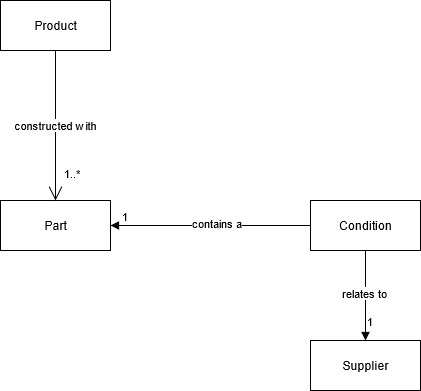
Above: docs/img/headquarter.png in Soockee/VerteilteSysteme-TrinityPrtoject (draw.io), before the change. Source tidied: cells renumbered, new cells last; positions are measured from the earlier drawing's top-left corner, leaving out a move shared by most shapes. Source of this version:
```xml
<mxGraphModel>
  <root>
    <mxCell id="0" />
    <mxCell id="1" parent="0" />
    <mxCell id="2" value="Product" style="html=1;" parent="1" vertex="1">
      <mxGeometry width="110" height="50" as="geometry" />
    </mxCell>
    <mxCell id="3" value="&lt;div&gt;Part&lt;/div&gt;" style="html=1;" parent="1" vertex="1">
      <mxGeometry y="200" width="110" height="50" as="geometry" />
    </mxCell>
    <mxCell id="4" value="constructed with" style="endArrow=open;html=1;endSize=12;startArrow=none;startSize=14;startFill=0;edgeStyle=orthogonalEdgeStyle;exitX=0.5;exitY=1;exitDx=0;exitDy=0;" parent="1" edge="1" source="2">
      <mxGeometry relative="1" as="geometry">
        <mxPoint x="55" y="200" as="targetPoint" />
      </mxGeometry>
    </mxCell>
    <mxCell id="5" value="1..*" style="edgeLabel;html=1;align=right;verticalAlign=top;" parent="4" vertex="1">
      <mxGeometry x="1" relative="1" as="geometry">
        <mxPoint x="25" y="-40" as="offset" />
      </mxGeometry>
    </mxCell>
    <mxCell id="6" value="Condition" style="html=1;" parent="1" vertex="1">
      <mxGeometry x="310" y="200" width="110" height="50" as="geometry" />
    </mxCell>
    <mxCell id="7" value="contains a" style="endArrow=block;endFill=1;html=1;edgeStyle=orthogonalEdgeStyle;align=left;verticalAlign=top;entryX=1;entryY=0.5;entryDx=0;entryDy=0;exitX=0;exitY=0.5;exitDx=0;exitDy=0;" parent="1" edge="1" source="6" target="3">
      <mxGeometry x="0.2" y="-15" relative="1" as="geometry" />
    </mxCell>
    <mxCell id="8" value="1" style="edgeLabel;html=1;align=left;verticalAlign=bottom;" parent="7" vertex="1">
      <mxGeometry x="-1" relative="1" as="geometry">
        <mxPoint x="-190" as="offset" />
      </mxGeometry>
    </mxCell>
    <mxCell id="9" value="Supplier" style="html=1;" parent="1" vertex="1">
      <mxGeometry x="310" y="340" width="110" height="50" as="geometry" />
    </mxCell>
    <mxCell id="10" value="relates to" style="endArrow=block;endFill=1;html=1;edgeStyle=orthogonalEdgeStyle;align=left;verticalAlign=top;entryX=0.5;entryY=0;entryDx=0;entryDy=0;exitX=0.5;exitY=1;exitDx=0;exitDy=0;" parent="1" edge="1" source="6" target="9">
      <mxGeometry x="-0.33" y="-25" relative="1" as="geometry" />
    </mxCell>
    <mxCell id="11" value="1" style="edgeLabel;html=1;align=left;verticalAlign=bottom;" parent="10" vertex="1">
      <mxGeometry x="-1" relative="1" as="geometry">
        <mxPoint y="80" as="offset" />
      </mxGeometry>
    </mxCell>
  </root>
</mxGraphModel>
```
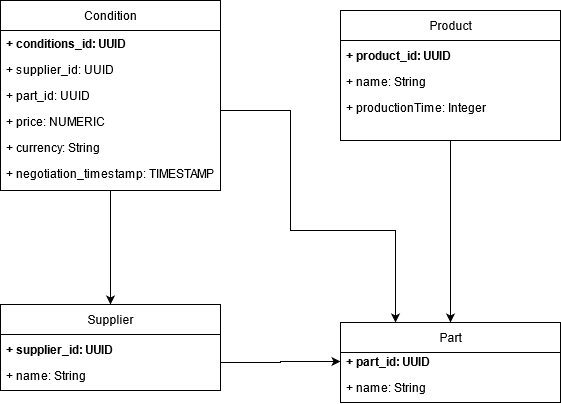
After the commit.

The edit, as a diff of the source:
```diff
@@ -2,43 +2,86 @@
   <root>
     <mxCell id="0" />
     <mxCell id="1" parent="0" />
+    <mxCell id="12" style="edgeStyle=orthogonalEdgeStyle;rounded=0;jettySize=auto;html=1;entryX=0.5;entryY=0;entryDx=0;entryDy=0;" parent="1" edge="1" source="14" target="9">
+      <mxGeometry relative="1" as="geometry" />
+    </mxCell>
+    <mxCell id="13" style="edgeStyle=orthogonalEdgeStyle;rounded=0;jettySize=auto;html=1;entryX=0.25;entryY=0;entryDx=0;entryDy=0;" parent="1" edge="1" source="14" target="3">
+      <mxGeometry relative="1" as="geometry">
+        <Array as="points">
+          <mxPoint x="190" y="290" />
+          <mxPoint x="190" y="410" />
+          <mxPoint x="295" y="410" />
+        </Array>
+      </mxGeometry>
+    </mxCell>
+    <mxCell id="14" style="rounded=0;whiteSpace=wrap;html=1;" parent="1" vertex="1">
+      <mxGeometry x="-100" y="210" width="220" height="160" as="geometry" />
+    </mxCell>
+    <mxCell id="15" value="+ conditions_id: UUID" style="text;strokeColor=none;fillColor=none;align=left;verticalAlign=top;spacingLeft=4;spacingRight=4;overflow=hidden;fontStyle=1;" parent="1" vertex="1">
+      <mxGeometry x="-100" y="210" width="170" height="26" as="geometry" />
+    </mxCell>
+    <mxCell id="6" value="Condition" style="html=1;" parent="1" vertex="1">
+      <mxGeometry x="-100" y="180" width="220" height="30" as="geometry" />
+    </mxCell>
+    <mxCell id="16" value="+ supplier_id: UUID" style="text;strokeColor=none;fillColor=none;align=left;verticalAlign=top;spacingLeft=4;spacingRight=4;overflow=hidden;" parent="1" vertex="1">
+      <mxGeometry x="-100" y="236" width="170" height="26" as="geometry" />
+    </mxCell>
+    <mxCell id="17" value="+ part_id: UUID" style="text;strokeColor=none;fillColor=none;align=left;verticalAlign=top;spacingLeft=4;spacingRight=4;overflow=hidden;" parent="1" vertex="1">
+      <mxGeometry x="-100" y="262" width="170" height="26" as="geometry" />
+    </mxCell>
+    <mxCell id="18" value="+ price: NUMERIC" style="text;strokeColor=none;fillColor=none;align=left;verticalAlign=top;spacingLeft=4;spacingRight=4;overflow=hidden;" parent="1" vertex="1">
+      <mxGeometry x="-100" y="288" width="170" height="26" as="geometry" />
+    </mxCell>
+    <mxCell id="19" value="+ currency: String" style="text;strokeColor=none;fillColor=none;align=left;verticalAlign=top;spacingLeft=4;spacingRight=4;overflow=hidden;" parent="1" vertex="1">
+      <mxGeometry x="-100" y="314" width="170" height="26" as="geometry" />
+    </mxCell>
+    <mxCell id="20" value="+ negotiation_timestamp: TIMESTAMP" style="text;strokeColor=none;fillColor=none;align=left;verticalAlign=top;spacingLeft=4;spacingRight=4;overflow=hidden;" parent="1" vertex="1">
+      <mxGeometry x="-100" y="340" width="220" height="26" as="geometry" />
+    </mxCell>
+    <mxCell id="21" style="edgeStyle=orthogonalEdgeStyle;rounded=0;jettySize=auto;html=1;entryX=0.5;entryY=0;entryDx=0;entryDy=0;" parent="1" edge="1" source="22" target="3">
+      <mxGeometry relative="1" as="geometry" />
+    </mxCell>
+    <mxCell id="22" style="rounded=0;whiteSpace=wrap;html=1;" parent="1" vertex="1">
+      <mxGeometry x="240" y="220" width="220" height="100" as="geometry" />
+    </mxCell>
     <mxCell id="2" value="Product" style="html=1;" parent="1" vertex="1">
-      <mxGeometry width="110" height="50" as="geometry" />
+      <mxGeometry x="240" y="190" width="220" height="30" as="geometry" />
     </mxCell>
+    <mxCell id="23" value="+ product_id: UUID" style="text;strokeColor=none;fillColor=none;align=left;verticalAlign=top;spacingLeft=4;spacingRight=4;overflow=hidden;fontStyle=1;" parent="1" vertex="1">
+      <mxGeometry x="240" y="222" width="170" height="26" as="geometry" />
+    </mxCell>
+    <mxCell id="24" value="+ name: String" style="text;strokeColor=none;fillColor=none;align=left;verticalAlign=top;spacingLeft=4;spacingRight=4;overflow=hidden;" parent="1" vertex="1">
+      <mxGeometry x="240" y="248" width="170" height="26" as="geometry" />
+    </mxCell>
+    <mxCell id="25" value="+ productionTime: Integer" style="text;strokeColor=none;fillColor=none;align=left;verticalAlign=top;spacingLeft=4;spacingRight=4;overflow=hidden;" parent="1" vertex="1">
+      <mxGeometry x="240" y="274" width="170" height="26" as="geometry" />
+    </mxCell>
+    <mxCell id="26" style="rounded=0;whiteSpace=wrap;html=1;" parent="1" vertex="1">
+      <mxGeometry x="240" y="526" width="220" height="56" as="geometry" />
+    </mxCell>
-    <mxCell id="3" value="&lt;div&gt;Part&lt;/div&gt;" style="html=1;" parent="1" vertex="1">
-      <mxGeometry y="200" width="110" height="50" as="geometry" />
+    <mxCell id="3" value="Part" style="html=1;" parent="1" vertex="1">
+      <mxGeometry x="240" y="502" width="220" height="30" as="geometry" />
     </mxCell>
-    <mxCell id="4" value="constructed with" style="endArrow=open;html=1;endSize=12;startArrow=none;startSize=14;startFill=0;edgeStyle=orthogonalEdgeStyle;exitX=0.5;exitY=1;exitDx=0;exitDy=0;" parent="1" edge="1" source="2">
-      <mxGeometry relative="1" as="geometry">
-        <mxPoint x="55" y="200" as="targetPoint" />
-      </mxGeometry>
-    </mxCell>
-    <mxCell id="5" value="1..*" style="edgeLabel;html=1;align=right;verticalAlign=top;" parent="4" vertex="1">
-      <mxGeometry x="1" relative="1" as="geometry">
-        <mxPoint x="25" y="-40" as="offset" />
-      </mxGeometry>
-    </mxCell>
-    <mxCell id="6" value="Condition" style="html=1;" parent="1" vertex="1">
-      <mxGeometry x="310" y="200" width="110" height="50" as="geometry" />
-    </mxCell>
-    <mxCell id="7" value="contains a" style="endArrow=block;endFill=1;html=1;edgeStyle=orthogonalEdgeStyle;align=left;verticalAlign=top;entryX=1;entryY=0.5;entryDx=0;entryDy=0;exitX=0;exitY=0.5;exitDx=0;exitDy=0;" parent="1" edge="1" source="6" target="3">
-      <mxGeometry x="0.2" y="-15" relative="1" as="geometry" />
-    </mxCell>
-    <mxCell id="8" value="1" style="edgeLabel;html=1;align=left;verticalAlign=bottom;" parent="7" vertex="1">
-      <mxGeometry x="-1" relative="1" as="geometry">
-        <mxPoint x="-190" as="offset" />
-      </mxGeometry>
-    </mxCell>
+    <mxCell id="27" value="+ part_id: UUID" style="text;strokeColor=none;fillColor=none;align=left;verticalAlign=top;spacingLeft=4;spacingRight=4;overflow=hidden;points=[[0,0.5],[1,0.5]];portConstraint=eastwest;fontStyle=1;" parent="1" vertex="1">
+      <mxGeometry x="240" y="528" width="170" height="26" as="geometry" />
+    </mxCell>
+    <mxCell id="28" value="+ name: String" style="text;strokeColor=none;fillColor=none;align=left;verticalAlign=top;spacingLeft=4;spacingRight=4;overflow=hidden;" parent="1" vertex="1">
+      <mxGeometry x="240" y="554" width="170" height="26" as="geometry" />
+    </mxCell>
+    <mxCell id="29" style="edgeStyle=orthogonalEdgeStyle;rounded=0;jettySize=auto;html=1;entryX=0;entryY=0.5;entryDx=0;entryDy=0;" parent="1" edge="1" source="30" target="27">
+      <mxGeometry relative="1" as="geometry" />
+    </mxCell>
+    <mxCell id="30" style="rounded=0;whiteSpace=wrap;html=1;" parent="1" vertex="1">
+      <mxGeometry x="-100" y="514" width="220" height="56" as="geometry" />
+    </mxCell>
     <mxCell id="9" value="Supplier" style="html=1;" parent="1" vertex="1">
-      <mxGeometry x="310" y="340" width="110" height="50" as="geometry" />
+      <mxGeometry x="-100" y="484" width="220" height="30" as="geometry" />
     </mxCell>
-    <mxCell id="10" value="relates to" style="endArrow=block;endFill=1;html=1;edgeStyle=orthogonalEdgeStyle;align=left;verticalAlign=top;entryX=0.5;entryY=0;entryDx=0;entryDy=0;exitX=0.5;exitY=1;exitDx=0;exitDy=0;" parent="1" edge="1" source="6" target="9">
-      <mxGeometry x="-0.33" y="-25" relative="1" as="geometry" />
-    </mxCell>
-    <mxCell id="11" value="1" style="edgeLabel;html=1;align=left;verticalAlign=bottom;" parent="10" vertex="1">
-      <mxGeometry x="-1" relative="1" as="geometry">
-        <mxPoint y="80" as="offset" />
-      </mxGeometry>
-    </mxCell>
+    <mxCell id="31" value="+ supplier_id: UUID" style="text;strokeColor=none;fillColor=none;align=left;verticalAlign=top;spacingLeft=4;spacingRight=4;overflow=hidden;fontStyle=1;" parent="1" vertex="1">
+      <mxGeometry x="-100" y="516" width="170" height="26" as="geometry" />
+    </mxCell>
+    <mxCell id="32" value="+ name: String" style="text;strokeColor=none;fillColor=none;align=left;verticalAlign=top;spacingLeft=4;spacingRight=4;overflow=hidden;" parent="1" vertex="1">
+      <mxGeometry x="-100" y="542" width="170" height="26" as="geometry" />
+    </mxCell>
   </root>
 </mxGraphModel>
```
